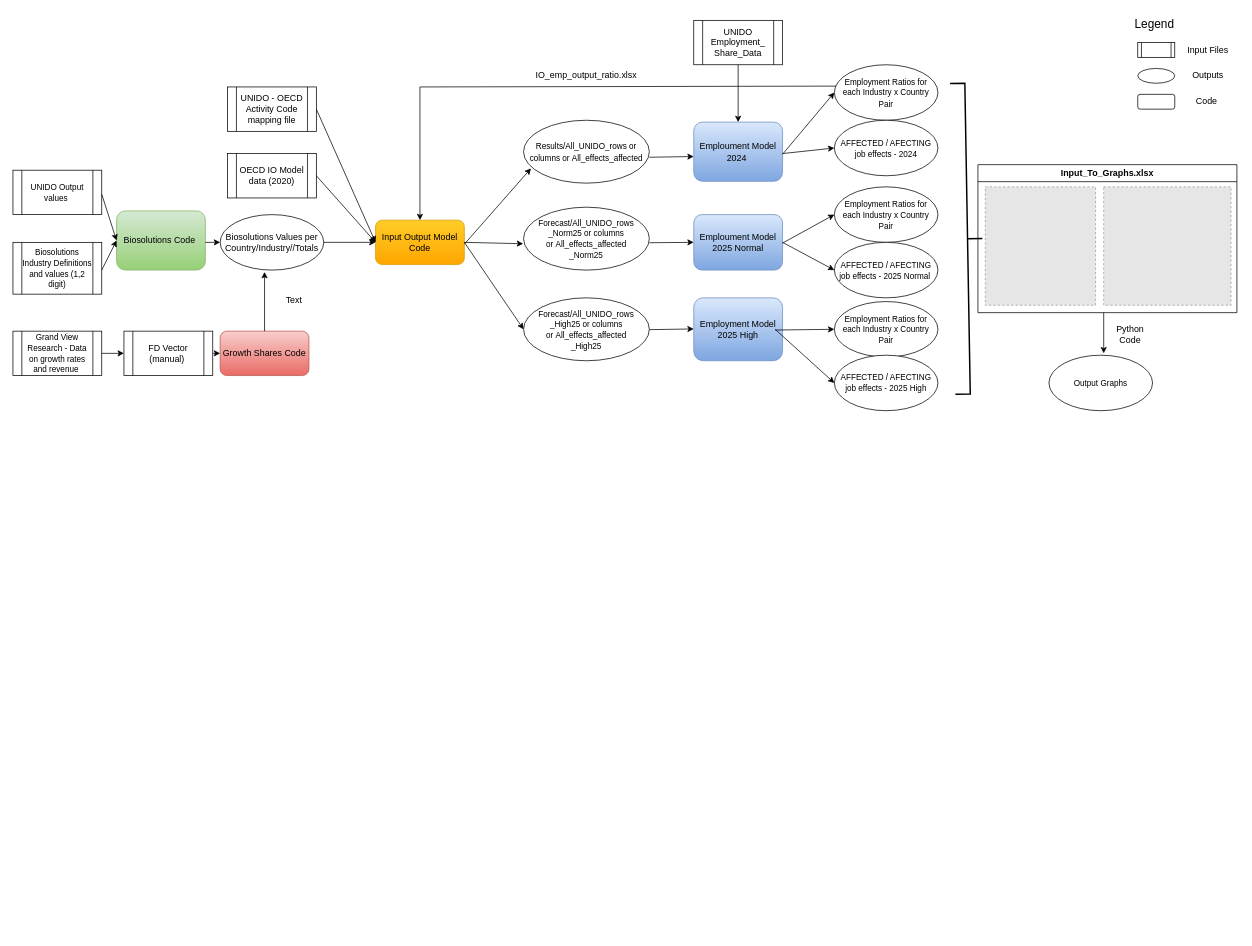
Above: Biosolutions Code Overview.drawio in anda-codreanu1/Test-R-code (draw.io), before the change. Source tidied: cells renumbered, new cells numbered last; positions are measured from the earlier drawing's top-left corner, leaving out a move shared by most shapes. Both pictures are drawn from the tidied source at 74%, with x=0, y=0 at pixel (13, 13). Pictures stored in the file or linked from it are replaced by grey dashed boxes.
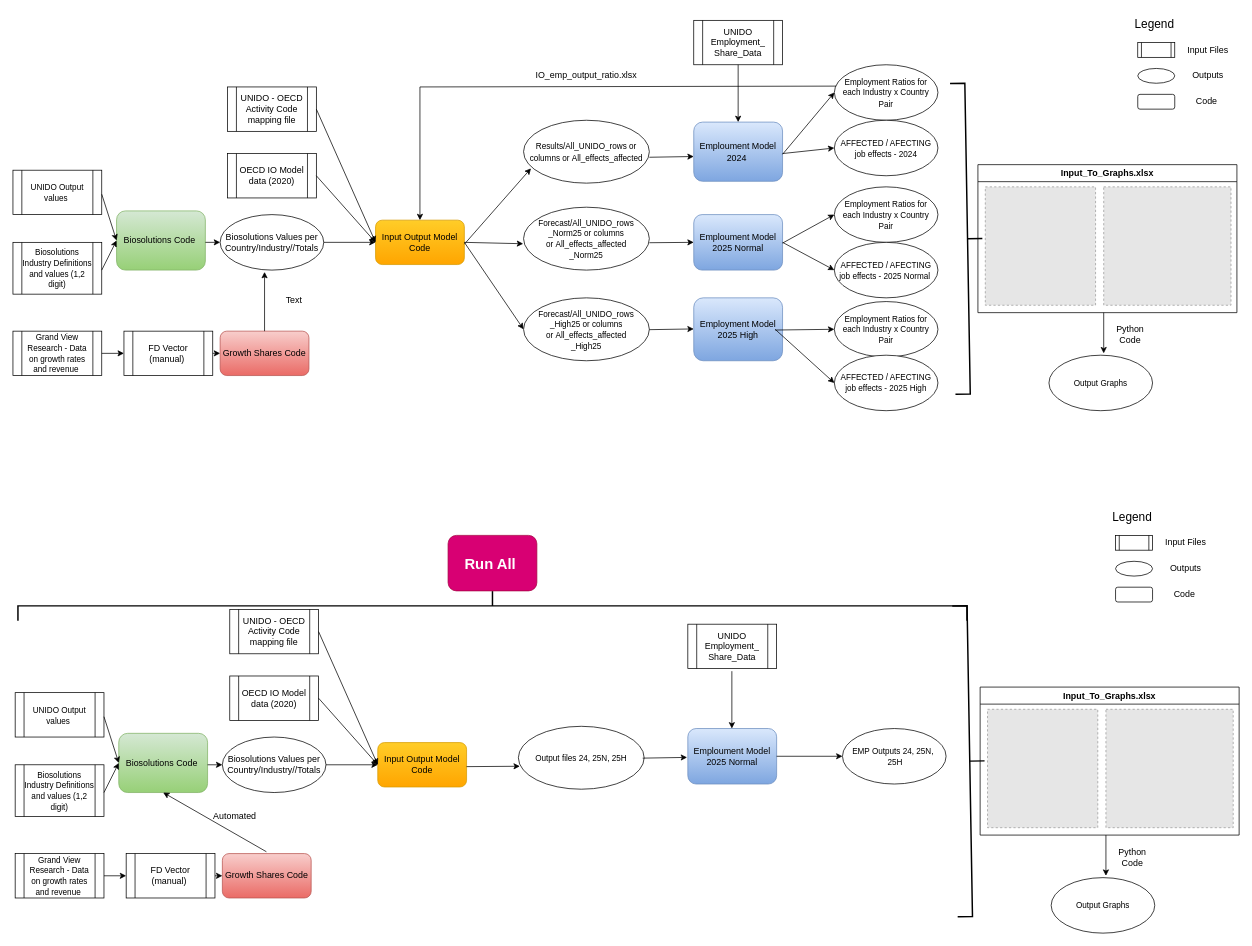
The same diagram, later.

Change to the diagram source:
```diff
@@
+    <mxCell id="65" value="Biosolutions Code&amp;nbsp;" style="rounded=1;whiteSpace=wrap;html=1;fillColor=#d5e8d4;strokeColor=#82b366;gradientColor=#97d077;" parent="1" vertex="1">
+      <mxGeometry x="143" y="973.5" width="120" height="80" as="geometry" />
+    </mxCell>
+    <mxCell id="66" value="&lt;font style=&quot;font-size: 11px;&quot;&gt;Grand View Research - Data on growth rates and revenue&amp;nbsp;&lt;/font&gt;" style="shape=process;whiteSpace=wrap;html=1;backgroundOutline=1;" parent="1" vertex="1">
+      <mxGeometry x="3" y="1136" width="120" height="60" as="geometry" />
+    </mxCell>
+    <mxCell id="67" value="OECD IO Model data (2020)" style="shape=process;whiteSpace=wrap;html=1;backgroundOutline=1;" parent="1" vertex="1">
+      <mxGeometry x="293" y="896" width="120" height="60" as="geometry" />
+    </mxCell>
+    <mxCell id="68" value="&lt;font style=&quot;font-size: 11px;&quot;&gt;Biosolutions Industry Definitions and values (1,2 digit)&lt;/font&gt;" style="shape=process;whiteSpace=wrap;html=1;backgroundOutline=1;" parent="1" vertex="1">
+      <mxGeometry x="3" y="1016" width="120" height="70" as="geometry" />
+    </mxCell>
+    <mxCell id="69" value="Biosolutions Values per Country/Industry//Totals" style="ellipse;whiteSpace=wrap;html=1;" parent="1" vertex="1">
+      <mxGeometry x="283" y="978.5" width="140" height="75" as="geometry" />
+    </mxCell>
+    <mxCell id="70" style="endArrow=classic;html=1;rounded=0;" parent="1" edge="1">
+      <mxGeometry relative="1" as="geometry">
+        <mxPoint x="263" y="1016" as="sourcePoint" />
+        <mxPoint x="283" y="1016" as="targetPoint" />
+      </mxGeometry>
+    </mxCell>
+    <mxCell id="71" value="&lt;font style=&quot;font-size: 11px;&quot;&gt;UNIDO Output values&amp;nbsp;&lt;/font&gt;" style="shape=process;whiteSpace=wrap;html=1;backgroundOutline=1;" parent="1" vertex="1">
+      <mxGeometry x="3" y="918.5" width="120" height="60" as="geometry" />
+    </mxCell>
+    <mxCell id="72" value="FD Vector (manual)&lt;span style=&quot;background-color: transparent; color: light-dark(rgb(0, 0, 0), rgb(255, 255, 255));&quot;&gt;&amp;nbsp;&lt;/span&gt;" style="shape=process;whiteSpace=wrap;html=1;backgroundOutline=1;" parent="1" vertex="1">
+      <mxGeometry x="153" y="1136" width="120" height="60" as="geometry" />
+    </mxCell>
+    <mxCell id="73" style="endArrow=classic;html=1;rounded=0;entryX=0;entryY=0.5;entryDx=0;entryDy=0;exitX=1;exitY=0.5;exitDx=0;exitDy=0;" parent="1" edge="1" source="66" target="72">
+      <mxGeometry relative="1" as="geometry" />
+    </mxCell>
+    <mxCell id="74" value="Growth Shares Code" style="rounded=1;whiteSpace=wrap;html=1;fillColor=#f8cecc;strokeColor=#b85450;gradientColor=#ea6b66;" parent="1" vertex="1">
+      <mxGeometry x="283" y="1136" width="120" height="60" as="geometry" />
+    </mxCell>
+    <mxCell id="75" style="endArrow=classic;html=1;rounded=0;entryX=0;entryY=0.5;entryDx=0;entryDy=0;" parent="1" edge="1" target="74">
+      <mxGeometry relative="1" as="geometry">
+        <mxPoint x="273" y="1166" as="sourcePoint" />
+      </mxGeometry>
+    </mxCell>
+    <mxCell id="76" value="Input Output Model Code" style="rounded=1;whiteSpace=wrap;html=1;fillColor=#ffcd28;strokeColor=#d79b00;gradientColor=#ffa500;" parent="1" vertex="1">
+      <mxGeometry x="493" y="986" width="120" height="60" as="geometry" />
+    </mxCell>
+    <mxCell id="77" style="endArrow=classic;html=1;rounded=0;entryX=0;entryY=0.5;entryDx=0;entryDy=0;" parent="1" edge="1" target="76">
+      <mxGeometry relative="1" as="geometry">
+        <mxPoint x="423" y="1016" as="sourcePoint" />
+      </mxGeometry>
+    </mxCell>
+    <mxCell id="78" style="endArrow=classic;html=1;rounded=0;" parent="1" edge="1">
+      <mxGeometry relative="1" as="geometry">
+        <mxPoint x="413" y="926" as="sourcePoint" />
+        <mxPoint x="493" y="1016" as="targetPoint" />
+      </mxGeometry>
+    </mxCell>
+    <mxCell id="79" value="UNIDO - OECD Activity Code mapping file" style="shape=process;whiteSpace=wrap;html=1;backgroundOutline=1;" parent="1" vertex="1">
+      <mxGeometry x="293" y="806" width="120" height="60" as="geometry" />
+    </mxCell>
+    <mxCell id="80" style="endArrow=classic;html=1;rounded=0;entryX=0;entryY=0.5;entryDx=0;entryDy=0;" parent="1" edge="1" target="76">
+      <mxGeometry relative="1" as="geometry">
+        <mxPoint x="413" y="836" as="sourcePoint" />
+      </mxGeometry>
+    </mxCell>
+    <mxCell id="81" value="&lt;span style=&quot;font-size: 11px;&quot;&gt;Output files 24, 25N, 25H&lt;/span&gt;" style="ellipse;whiteSpace=wrap;html=1;" parent="1" vertex="1">
+      <mxGeometry x="683" y="964" width="170" height="85" as="geometry" />
+    </mxCell>
+    <mxCell id="82" style="endArrow=classic;html=1;rounded=0;entryX=0.012;entryY=0.635;entryDx=0;entryDy=0;entryPerimeter=0;" parent="1" edge="1" target="81">
+      <mxGeometry relative="1" as="geometry">
+        <mxPoint x="613" y="1018.5" as="sourcePoint" />
+      </mxGeometry>
+    </mxCell>
+    <mxCell id="83" value="&lt;font style=&quot;font-size: 16px; color: light-dark(rgb(0, 0, 0), rgb(255, 128, 0));&quot;&gt;Legend&amp;nbsp;&lt;/font&gt;" style="text;html=1;align=center;verticalAlign=middle;whiteSpace=wrap;rounded=0;" parent="1" vertex="1">
+      <mxGeometry x="1485" y="666" width="60" height="30" as="geometry" />
+    </mxCell>
+    <mxCell id="84" style="shape=process;whiteSpace=wrap;html=1;backgroundOutline=1;" parent="1" vertex="1">
+      <mxGeometry x="1490" y="706" width="50" height="20" as="geometry" />
+    </mxCell>
+    <mxCell id="85" value="Input Files" style="text;html=1;align=center;verticalAlign=middle;whiteSpace=wrap;rounded=0;" parent="1" vertex="1">
+      <mxGeometry x="1555" y="701" width="60" height="30" as="geometry" />
+    </mxCell>
+    <mxCell id="86" style="ellipse;whiteSpace=wrap;html=1;" parent="1" vertex="1">
+      <mxGeometry x="1490" y="741" width="50" height="20" as="geometry" />
+    </mxCell>
+    <mxCell id="87" value="Outputs" style="text;html=1;align=center;verticalAlign=middle;whiteSpace=wrap;rounded=0;" parent="1" vertex="1">
+      <mxGeometry x="1555" y="736" width="60" height="30" as="geometry" />
+    </mxCell>
+    <mxCell id="88" style="rounded=1;whiteSpace=wrap;html=1;" parent="1" vertex="1">
+      <mxGeometry x="1490" y="776" width="50" height="20" as="geometry" />
+    </mxCell>
+    <mxCell id="89" value="Code&amp;nbsp;" style="text;html=1;align=center;verticalAlign=middle;whiteSpace=wrap;rounded=0;" parent="1" vertex="1">
+      <mxGeometry x="1555" y="771" width="60" height="30" as="geometry" />
+    </mxCell>
+    <mxCell id="90" value="Emploument Model 2025 Normal" style="rounded=1;whiteSpace=wrap;html=1;fillColor=#dae8fc;gradientColor=#7ea6e0;strokeColor=#6c8ebf;" parent="1" vertex="1">
+      <mxGeometry x="912" y="967" width="120" height="75" as="geometry" />
+    </mxCell>
+    <mxCell id="91" style="endArrow=classic;html=1;rounded=0;" parent="1" edge="1">
+      <mxGeometry relative="1" as="geometry">
+        <mxPoint x="851" y="1007" as="sourcePoint" />
+        <mxPoint x="911" y="1006" as="targetPoint" />
+      </mxGeometry>
+    </mxCell>
+    <mxCell id="92" value="&lt;font style=&quot;font-size: 11px;&quot;&gt;EMP Outputs 24, 25N,&amp;nbsp;&lt;/font&gt;&lt;div&gt;&lt;font style=&quot;font-size: 11px;&quot;&gt;&amp;nbsp;25H&lt;/font&gt;&lt;/div&gt;" style="ellipse;whiteSpace=wrap;html=1;" parent="1" vertex="1">
+      <mxGeometry x="1121" y="967" width="140" height="75" as="geometry" />
+    </mxCell>
+    <mxCell id="93" style="endArrow=classic;html=1;rounded=0;entryX=0;entryY=0.5;entryDx=0;entryDy=0;exitX=1;exitY=0.5;exitDx=0;exitDy=0;" parent="1" edge="1" source="90" target="92">
+      <mxGeometry relative="1" as="geometry" />
+    </mxCell>
+    <mxCell id="94" value="UNIDO Employment_&lt;div&gt;Share_Data&lt;/div&gt;" style="shape=process;whiteSpace=wrap;html=1;backgroundOutline=1;" parent="1" vertex="1">
+      <mxGeometry x="912" y="826" width="120" height="60" as="geometry" />
+    </mxCell>
+    <mxCell id="95" style="endArrow=classic;html=1;rounded=0;entryX=0.5;entryY=0;entryDx=0;entryDy=0;" parent="1" edge="1">
+      <mxGeometry relative="1" as="geometry">
+        <mxPoint x="971.5" y="889.5" as="sourcePoint" />
+        <mxPoint x="971.5" y="967" as="targetPoint" />
+      </mxGeometry>
+    </mxCell>
+    <mxCell id="96" style="strokeWidth=2;html=1;shape=mxgraph.flowchart.annotation_2;align=left;labelPosition=right;rotation=-181;" parent="1" vertex="1">
+      <mxGeometry x="1273" y="801" width="40" height="420.1" as="geometry" />
+    </mxCell>
+    <mxCell id="97" value="Input_To_Graphs.xlsx" style="swimlane;" parent="1" vertex="1">
+      <mxGeometry x="1307" y="911" width="350" height="200" as="geometry" />
+    </mxCell>
+    <mxCell id="98" style="fillColor=#E6E6E6;strokeColor=#999999;dashed=1;verticalLabelPosition=bottom;labelBackgroundColor=default;verticalAlign=top;" parent="97" vertex="1">
+      <mxGeometry x="10" y="30" width="149" height="160" as="geometry" />
+    </mxCell>
+    <mxCell id="99" style="fillColor=#E6E6E6;strokeColor=#999999;dashed=1;verticalLabelPosition=bottom;labelBackgroundColor=default;verticalAlign=top;" parent="97" vertex="1">
+      <mxGeometry x="170" y="30" width="172" height="160" as="geometry" />
+    </mxCell>
+    <mxCell id="100" style="endArrow=classic;html=1;rounded=0;" parent="97" edge="1">
+      <mxGeometry relative="1" as="geometry">
+        <mxPoint x="170" y="200" as="sourcePoint" />
+        <mxPoint x="170" y="255" as="targetPoint" />
+      </mxGeometry>
+    </mxCell>
+    <mxCell id="101" style="endArrow=classic;html=1;rounded=0;entryX=0.5;entryY=1;entryDx=0;entryDy=0;" parent="1" edge="1" target="65">
+      <mxGeometry relative="1" as="geometry">
+        <mxPoint x="342.5" y="1133.5" as="sourcePoint" />
+      </mxGeometry>
+    </mxCell>
+    <mxCell id="102" value="Automated" style="text;html=1;align=center;verticalAlign=middle;whiteSpace=wrap;rounded=0;" parent="1" vertex="1">
+      <mxGeometry x="270" y="1071" width="60" height="30" as="geometry" />
+    </mxCell>
+    <mxCell id="103" value="&lt;font style=&quot;font-size: 11px;&quot;&gt;Output Graphs&lt;/font&gt;" style="ellipse;whiteSpace=wrap;html=1;" parent="1" vertex="1">
+      <mxGeometry x="1403" y="1168.5" width="140" height="75" as="geometry" />
+    </mxCell>
+    <mxCell id="104" value="Python Code" style="text;html=1;align=center;verticalAlign=middle;whiteSpace=wrap;rounded=0;" parent="1" vertex="1">
+      <mxGeometry x="1483" y="1126" width="60" height="30" as="geometry" />
+    </mxCell>
+    <mxCell id="105" style="endArrow=classic;html=1;rounded=0;entryX=0;entryY=0.5;entryDx=0;entryDy=0;" parent="1" edge="1" target="65">
+      <mxGeometry relative="1" as="geometry">
+        <mxPoint x="123" y="951" as="sourcePoint" />
+      </mxGeometry>
+    </mxCell>
+    <mxCell id="106" style="endArrow=classic;html=1;rounded=0;entryX=0;entryY=0.5;entryDx=0;entryDy=0;" parent="1" edge="1" target="65">
+      <mxGeometry relative="1" as="geometry">
+        <mxPoint x="123" y="1053.5" as="sourcePoint" />
+      </mxGeometry>
+    </mxCell>
+    <mxCell id="107" style="strokeWidth=2;html=1;shape=mxgraph.flowchart.annotation_2;align=left;labelPosition=right;rotation=90;" parent="1" vertex="1">
+      <mxGeometry x="628" y="160" width="40" height="1282.5" as="geometry" />
+    </mxCell>
+    <mxCell id="108" value="&lt;font style=&quot;font-size: 20px;&quot;&gt;&lt;b&gt;Run All&amp;nbsp;&lt;/b&gt;&lt;/font&gt;" style="rounded=1;whiteSpace=wrap;html=1;fillColor=#d80073;strokeColor=#A50040;fontColor=#ffffff;" parent="1" vertex="1">
+      <mxGeometry x="588" y="706" width="120" height="75" as="geometry" />
+    </mxCell>
```
